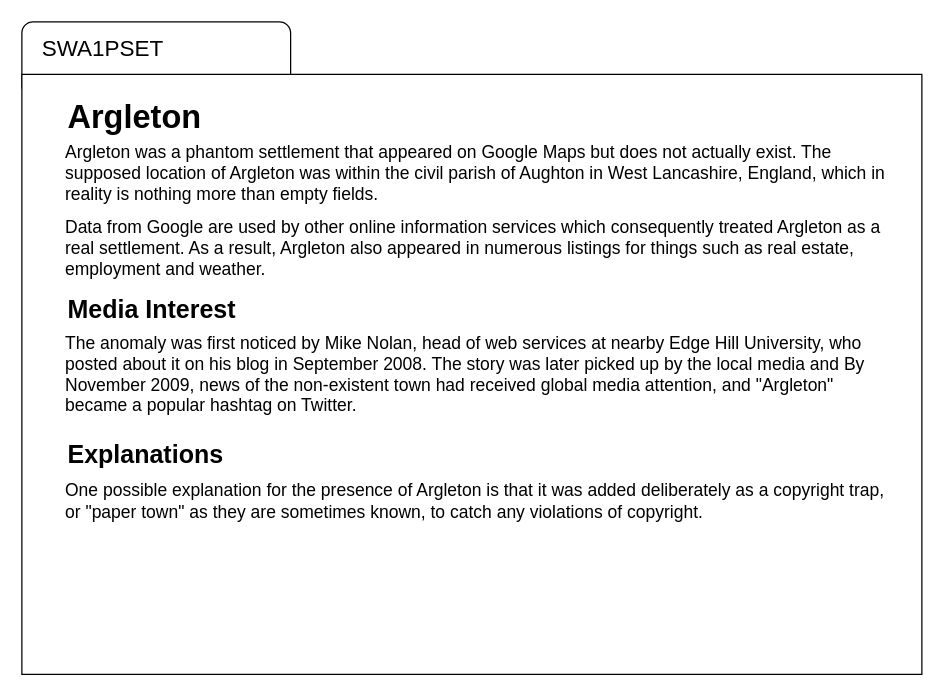
This is swa1pset.drawio from ashenm/blob, a draw.io file, before an edit. Source tidied: cells renumbered, new cells numbered last; positions are measured from the earlier drawing's top-left corner, leaving out a move shared by most shapes. Both pictures are drawn from the tidied source at 125%, with x=0, y=0 at pixel (21, 21).
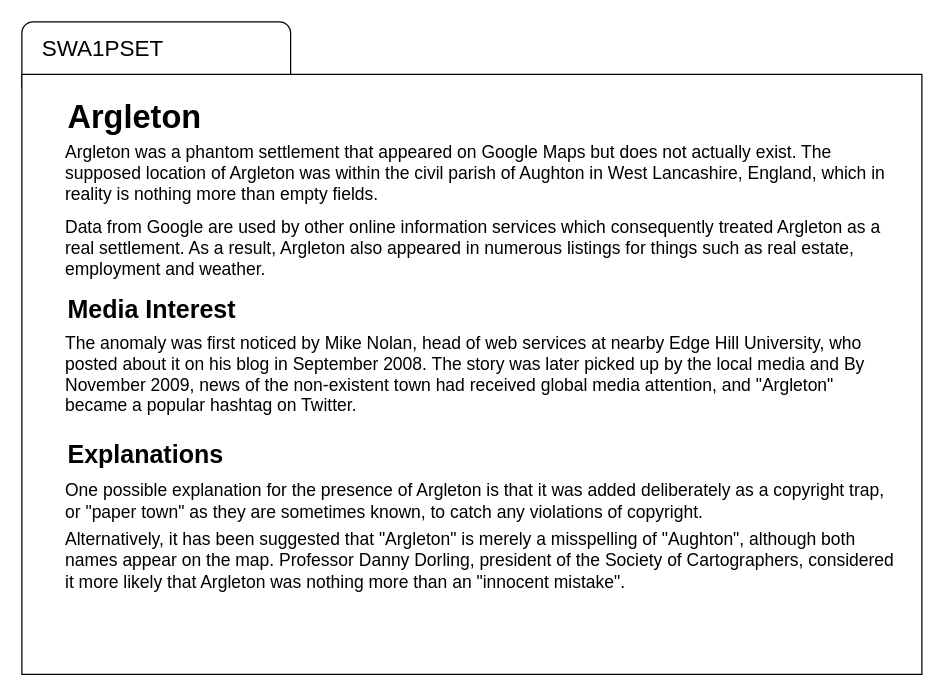
The same page after the edit.

The edit, as a diff of the source:
```diff
@@
 <mxGraphModel>
   <root>
     <mxCell id="0" />
     <mxCell id="1" parent="0" />
     <mxCell id="2" style="group;" parent="1" vertex="1">
       <mxGeometry width="720" height="522" as="geometry" />
     </mxCell>
     <mxCell id="3" style="rounded=1;whiteSpace=wrap;html=1;" parent="2" vertex="1">
       <mxGeometry width="215" height="60" as="geometry" />
     </mxCell>
     <mxCell id="4" style="whiteSpace=wrap;html=1;" parent="2" vertex="1">
       <mxGeometry y="42" width="720" height="480" as="geometry" />
     </mxCell>
     <mxCell id="5" value="&lt;b style=&quot;font-size: 26px;&quot;&gt;&lt;font style=&quot;font-size: 26px;&quot;&gt;Argleton&lt;/font&gt;&lt;/b&gt;" style="text;html=1;strokeColor=none;fillColor=none;align=left;verticalAlign=middle;whiteSpace=wrap;rounded=0;fontSize=26;" parent="2" vertex="1">
       <mxGeometry x="35" y="60" width="445" height="31" as="geometry" />
     </mxCell>
     <mxCell id="6" value="SWA1PSET" style="text;html=1;strokeColor=none;fillColor=none;align=center;verticalAlign=middle;whiteSpace=wrap;rounded=0;fontSize=18;" parent="2" vertex="1">
       <mxGeometry x="45" y="12" width="40" height="20" as="geometry" />
     </mxCell>
     <mxCell id="7" value="&lt;b style=&quot;font-size: 20px&quot;&gt;&lt;font style=&quot;font-size: 20px&quot;&gt;Media Interest&lt;/font&gt;&lt;/b&gt;" style="text;html=1;strokeColor=none;fillColor=none;align=left;verticalAlign=middle;whiteSpace=wrap;rounded=0;fontSize=20;" parent="2" vertex="1">
       <mxGeometry x="35" y="217" width="445" height="24" as="geometry" />
     </mxCell>
     <mxCell id="8" value="&lt;span style=&quot;font-size: 20px;&quot;&gt;&lt;b style=&quot;font-size: 20px;&quot;&gt;Explanations&lt;/b&gt;&lt;/span&gt;" style="text;html=1;strokeColor=none;fillColor=none;align=left;verticalAlign=middle;whiteSpace=wrap;rounded=0;fontSize=20;" parent="2" vertex="1">
       <mxGeometry x="35" y="333" width="445" height="24" as="geometry" />
     </mxCell>
     <mxCell id="9" value="&lt;font style=&quot;font-size: 14px;&quot;&gt;Argleton was a phantom settlement that appeared on Google Maps but does not actually exist. The supposed location of Argleton was within the civil parish of Aughton in West Lancashire, England, which in reality is nothing more than empty fields.&lt;/font&gt;" style="text;html=1;strokeColor=none;fillColor=none;align=left;verticalAlign=middle;whiteSpace=wrap;rounded=0;fontSize=14;spacing=0;" parent="2" vertex="1">
       <mxGeometry x="35" y="97" width="665" height="48" as="geometry" />
     </mxCell>
     <mxCell id="10" value="&lt;font style=&quot;font-size: 14px;&quot;&gt;The anomaly was first noticed by Mike Nolan, head of web services at nearby Edge Hill University, who posted about it on his blog in September 2008. The story was later picked up by the local media and By November 2009, news of the non-existent town had received global media attention, and &quot;Argleton&quot; became a popular hashtag on Twitter.&lt;/font&gt;" style="text;html=1;strokeColor=none;fillColor=none;align=left;verticalAlign=middle;whiteSpace=wrap;rounded=0;fontSize=14;spacing=0;" parent="2" vertex="1">
       <mxGeometry x="35" y="250" width="665" height="64" as="geometry" />
     </mxCell>
     <mxCell id="11" value="&lt;div style=&quot;font-size: 14px&quot;&gt;Data from Google are used by other online information services which consequently treated Argleton as a real settlement. As a result, Argleton also appeared in numerous listings for things such as real estate, employment and weather.&lt;/div&gt;" style="text;html=1;strokeColor=none;fillColor=none;align=left;verticalAlign=middle;whiteSpace=wrap;rounded=0;fontSize=14;spacing=0;" parent="2" vertex="1">
       <mxGeometry x="35" y="157" width="665" height="48" as="geometry" />
     </mxCell>
     <mxCell id="12" value="&lt;font style=&quot;font-size: 14px&quot;&gt;One possible explanation for the presence of Argleton is that it was added deliberately as a copyright trap, or &quot;paper town&quot; as they are sometimes known, to catch any violations of copyright.&lt;/font&gt;" style="text;html=1;strokeColor=none;fillColor=none;align=left;verticalAlign=middle;whiteSpace=wrap;rounded=0;fontSize=14;spacing=0;" parent="2" vertex="1">
       <mxGeometry x="35" y="367" width="665" height="32" as="geometry" />
     </mxCell>
+    <mxCell id="13" value="&lt;font style=&quot;font-size: 14px&quot;&gt;Alternatively, it has been suggested that &quot;Argleton&quot; is merely a misspelling of &quot;Aughton&quot;, although both names appear on the map. Professor Danny Dorling, president of the Society of Cartographers, considered it more likely that Argleton was nothing more than an &quot;innocent mistake&quot;.&lt;/font&gt;" style="text;html=1;strokeColor=none;fillColor=none;align=left;verticalAlign=middle;whiteSpace=wrap;rounded=0;fontSize=14;spacing=0;" parent="2" vertex="1">
+      <mxGeometry x="35" y="407" width="665" height="48" as="geometry" />
+    </mxCell>
   </root>
 </mxGraphModel>
```
